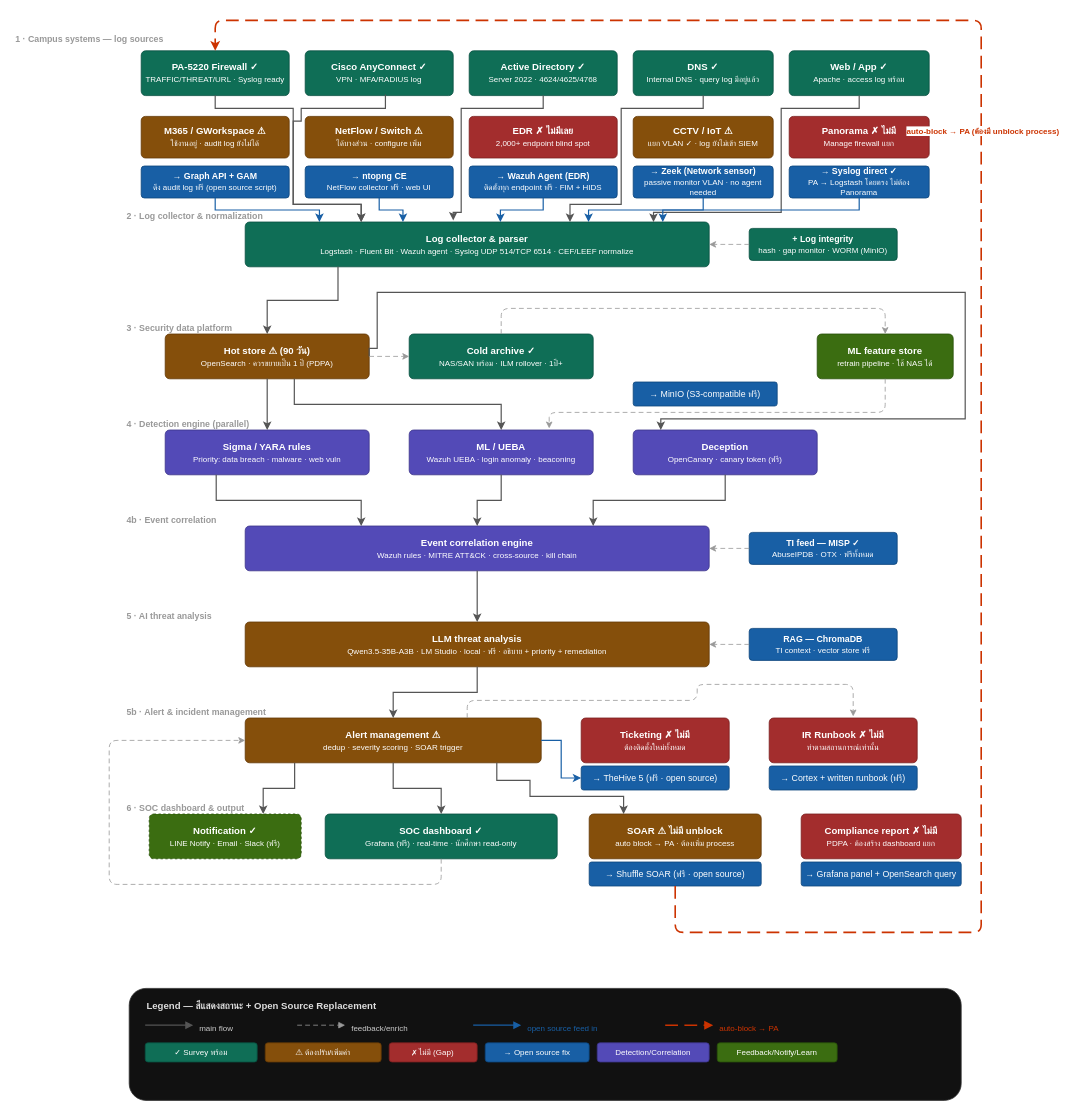
Before: diagrams/campus_soc_opensource.drawio in TeerapongP/SOC-Lab-AI-Intelligence-Layer, a draw.io diagram. Source tidied: cells renumbered, new cells numbered last; positions are measured from the earlier drawing's top-left corner, leaving out a move shared by most shapes. Both pictures are drawn from the tidied source at 80%, with x=0, y=0 at pixel (14, 20).
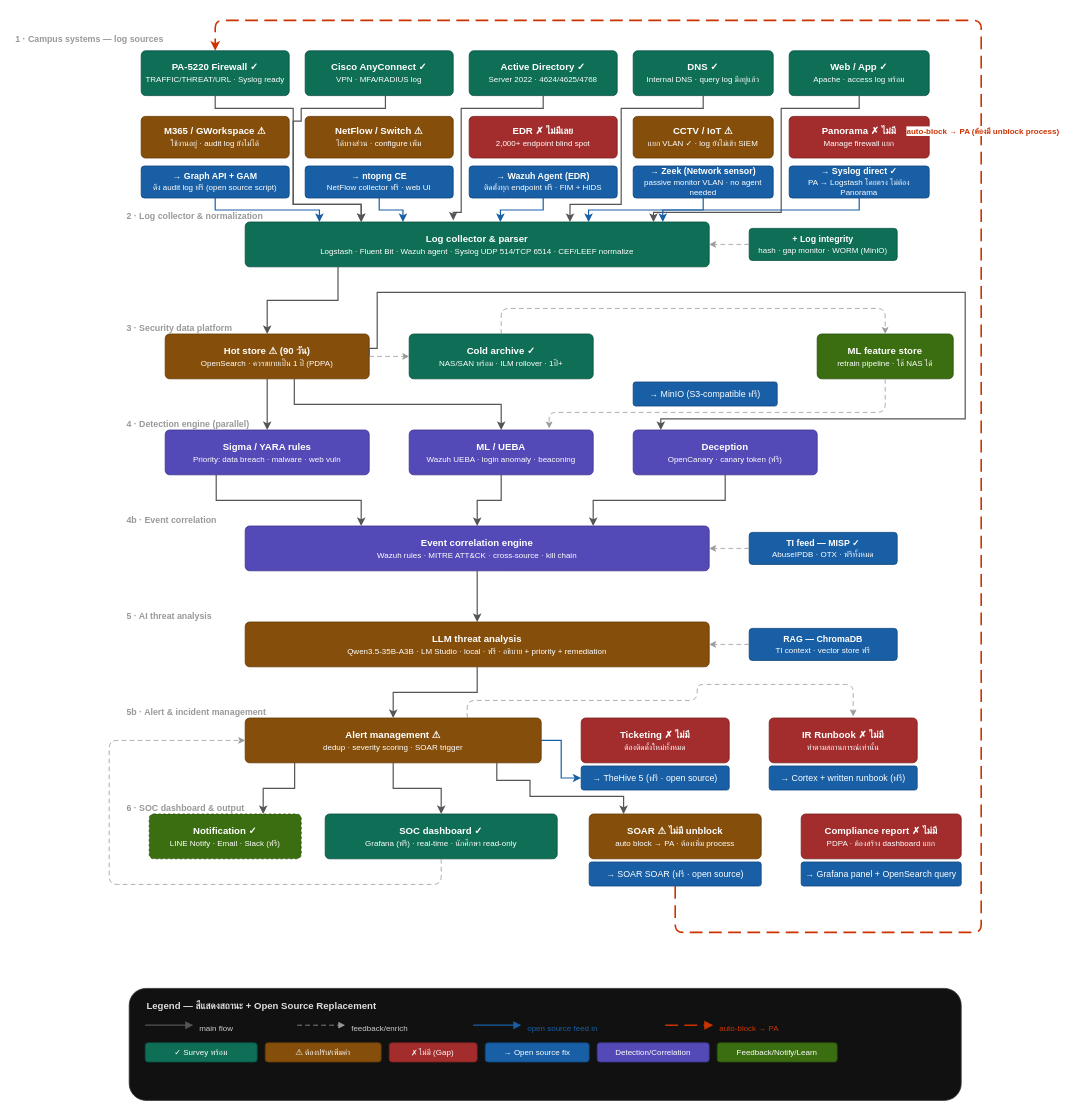
After the change.

Commit message (it also covers changes not shown here):
feat: replace Shuffle SOAR with direct Outlook integration via Microsoft Graph

Diff of the diagram source:
```diff
@@
-    <mxCell id="46" value="→ Shuffle SOAR (ฟรี · open source)" style="rounded=1;whiteSpace=wrap;html=1;fillColor=#185FA5;strokeColor=#0C447C;fontColor=#ffffff;fontSize=11;arcSize=10;" parent="1" vertex="1">
+    <mxCell id="46" value="→ SOAR SOAR (ฟรี · open source)" style="rounded=1;whiteSpace=wrap;html=1;fillColor=#185FA5;strokeColor=#0C447C;fontColor=#ffffff;fontSize=11;arcSize=10;" parent="1" vertex="1">
       <mxGeometry x="719" y="1052" width="215" height="30" as="geometry" />
     </mxCell>
```
